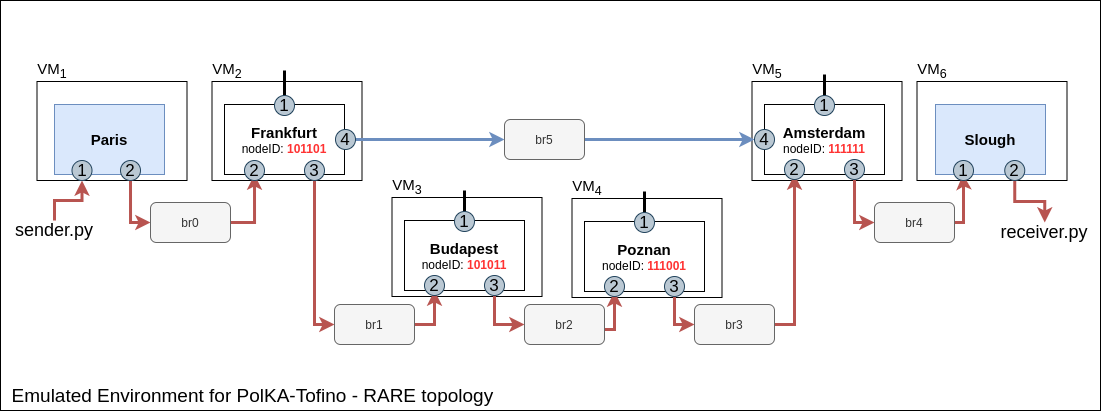
Above: fig/topology.png in hassepedro/polka-tofino (draw.io), before the change. Source tidied: cells renumbered, new cells last; positions are measured from the earlier drawing's top-left corner, leaving out a move shared by most shapes. Its diagram source:
```xml
<mxGraphModel>
  <root>
    <mxCell id="0" />
    <mxCell id="1" parent="0" />
    <mxCell id="2" style="rounded=0;whiteSpace=wrap;html=1;" parent="1" vertex="1">
      <mxGeometry width="1100" height="410" as="geometry" />
    </mxCell>
    <mxCell id="3" style="rounded=0;whiteSpace=wrap;html=1;" parent="1" vertex="1">
      <mxGeometry x="916.5" y="81" width="150" height="99" as="geometry" />
    </mxCell>
    <mxCell id="4" value="&lt;font style=&quot;font-size: 15px&quot;&gt;VM&lt;sub&gt;6&lt;/sub&gt;&lt;/font&gt;" style="text;html=1;strokeColor=none;fillColor=none;align=center;verticalAlign=middle;whiteSpace=wrap;rounded=0;" parent="1" vertex="1">
      <mxGeometry x="911.5" y="60" width="40" height="20" as="geometry" />
    </mxCell>
    <mxCell id="5" style="rounded=0;whiteSpace=wrap;html=1;" parent="1" vertex="1">
      <mxGeometry x="36.5" y="81" width="150" height="99" as="geometry" />
    </mxCell>
    <mxCell id="6" value="&lt;font style=&quot;font-size: 15px&quot;&gt;VM&lt;sub&gt;1&lt;/sub&gt;&lt;/font&gt;" style="text;html=1;strokeColor=none;fillColor=none;align=center;verticalAlign=middle;whiteSpace=wrap;rounded=0;" parent="1" vertex="1">
      <mxGeometry x="31.5" y="60" width="40" height="20" as="geometry" />
    </mxCell>
    <mxCell id="7" style="rounded=0;whiteSpace=wrap;html=1;" parent="1" vertex="1">
      <mxGeometry x="571.5" y="198" width="150" height="99" as="geometry" />
    </mxCell>
    <mxCell id="8" value="&lt;font style=&quot;font-size: 15px&quot;&gt;VM&lt;sub&gt;4&lt;/sub&gt;&lt;/font&gt;" style="text;html=1;strokeColor=none;fillColor=none;align=center;verticalAlign=middle;whiteSpace=wrap;rounded=0;" parent="1" vertex="1">
      <mxGeometry x="566.5" y="177" width="40" height="20" as="geometry" />
    </mxCell>
    <mxCell id="9" style="rounded=0;whiteSpace=wrap;html=1;" parent="1" vertex="1">
      <mxGeometry x="751.5" y="81" width="150" height="99" as="geometry" />
    </mxCell>
    <mxCell id="10" value="&lt;font style=&quot;font-size: 15px&quot;&gt;VM&lt;sub&gt;5&lt;/sub&gt;&lt;/font&gt;" style="text;html=1;strokeColor=none;fillColor=none;align=center;verticalAlign=middle;whiteSpace=wrap;rounded=0;" parent="1" vertex="1">
      <mxGeometry x="746.5" y="60" width="40" height="20" as="geometry" />
    </mxCell>
    <mxCell id="11" style="rounded=0;whiteSpace=wrap;html=1;" parent="1" vertex="1">
      <mxGeometry x="391.5" y="197" width="150" height="99" as="geometry" />
    </mxCell>
    <mxCell id="12" value="&lt;font style=&quot;font-size: 15px&quot;&gt;VM&lt;sub&gt;3&lt;/sub&gt;&lt;/font&gt;" style="text;html=1;strokeColor=none;fillColor=none;align=center;verticalAlign=middle;whiteSpace=wrap;rounded=0;" parent="1" vertex="1">
      <mxGeometry x="386.5" y="176" width="40" height="20" as="geometry" />
    </mxCell>
    <mxCell id="13" style="rounded=0;whiteSpace=wrap;html=1;" parent="1" vertex="1">
      <mxGeometry x="211.5" y="81" width="150" height="99" as="geometry" />
    </mxCell>
    <mxCell id="14" style="edgeStyle=orthogonalEdgeStyle;rounded=0;jettySize=auto;html=1;exitX=0.75;exitY=1;exitDx=0;exitDy=0;entryX=0;entryY=0.5;entryDx=0;entryDy=0;endArrow=classic;endFill=1;strokeWidth=3;fillColor=#f8cecc;strokeColor=#b85450;" parent="1" edge="1" source="15" target="25">
      <mxGeometry relative="1" as="geometry" />
    </mxCell>
    <mxCell id="15" value="&lt;b&gt;&lt;font style=&quot;font-size: 15px&quot;&gt;Frankfurt&lt;/font&gt;&lt;/b&gt;&lt;br&gt;nodeID:&amp;nbsp;&lt;font color=&quot;#ff3333&quot;&gt;&lt;b&gt;101101&lt;/b&gt;&lt;/font&gt;" style="rounded=0;whiteSpace=wrap;html=1;" parent="1" vertex="1">
      <mxGeometry x="224" y="104" width="120" height="70" as="geometry" />
    </mxCell>
    <mxCell id="16" style="edgeStyle=orthogonalEdgeStyle;rounded=0;jettySize=auto;html=1;exitX=0.75;exitY=1;exitDx=0;exitDy=0;entryX=0;entryY=0.5;entryDx=0;entryDy=0;endArrow=classic;endFill=1;strokeWidth=3;fillColor=#f8cecc;strokeColor=#b85450;" parent="1" edge="1" source="17" target="31">
      <mxGeometry relative="1" as="geometry" />
    </mxCell>
    <mxCell id="17" value="&lt;font style=&quot;font-size: 15px&quot;&gt;&lt;b&gt;Budapest&lt;/b&gt;&lt;br&gt;&lt;/font&gt;nodeID:&amp;nbsp;&lt;font color=&quot;#ff3333&quot;&gt;&lt;b&gt;101011&lt;/b&gt;&lt;/font&gt;" style="rounded=0;whiteSpace=wrap;html=1;" parent="1" vertex="1">
      <mxGeometry x="404" y="220" width="120" height="70" as="geometry" />
    </mxCell>
    <mxCell id="18" style="edgeStyle=orthogonalEdgeStyle;rounded=0;jettySize=auto;html=1;exitX=0.75;exitY=1;exitDx=0;exitDy=0;entryX=0;entryY=0.5;entryDx=0;entryDy=0;endArrow=classic;endFill=1;strokeWidth=3;fillColor=#f8cecc;strokeColor=#b85450;" parent="1" edge="1" source="19" target="33">
      <mxGeometry relative="1" as="geometry">
        <Array as="points">
          <mxPoint x="674" y="324" />
        </Array>
      </mxGeometry>
    </mxCell>
    <mxCell id="19" value="&lt;font style=&quot;font-size: 15px&quot;&gt;&lt;b&gt;Poznan&lt;/b&gt;&lt;br&gt;&lt;/font&gt;nodeID: &lt;font color=&quot;#ff3333&quot;&gt;&lt;b&gt;111001&lt;/b&gt;&lt;/font&gt;" style="rounded=0;whiteSpace=wrap;html=1;" parent="1" vertex="1">
      <mxGeometry x="584" y="221" width="120" height="70" as="geometry" />
    </mxCell>
    <mxCell id="20" value="&lt;b&gt;&lt;font style=&quot;font-size: 15px&quot;&gt;Amsterdam&lt;/font&gt;&lt;/b&gt;&lt;br&gt;nodeID: &lt;font color=&quot;#ff3333&quot;&gt;&lt;b&gt;111111&lt;/b&gt;&lt;/font&gt;" style="rounded=0;whiteSpace=wrap;html=1;" parent="1" vertex="1">
      <mxGeometry x="764" y="104" width="120" height="70" as="geometry" />
    </mxCell>
    <mxCell id="21" style="edgeStyle=orthogonalEdgeStyle;rounded=0;jettySize=auto;html=1;exitX=0.5;exitY=1;exitDx=0;exitDy=0;entryX=0;entryY=0.5;entryDx=0;entryDy=0;endArrow=classic;endFill=1;strokeWidth=3;fillColor=#f8cecc;strokeColor=#b85450;" parent="1" edge="1" source="62" target="47">
      <mxGeometry relative="1" as="geometry" />
    </mxCell>
    <mxCell id="22" value="&lt;b&gt;&lt;font style=&quot;font-size: 15px&quot;&gt;Paris&lt;/font&gt;&lt;/b&gt;" style="rounded=0;whiteSpace=wrap;html=1;fillColor=#dae8fc;strokeColor=#6c8ebf;" parent="1" vertex="1">
      <mxGeometry x="54" y="104" width="110" height="70" as="geometry" />
    </mxCell>
    <mxCell id="23" value="&lt;b&gt;&lt;font style=&quot;font-size: 15px&quot;&gt;Slough&lt;/font&gt;&lt;/b&gt;" style="rounded=0;whiteSpace=wrap;html=1;fillColor=#dae8fc;strokeColor=#6c8ebf;" parent="1" vertex="1">
      <mxGeometry x="935" y="104" width="110" height="70" as="geometry" />
    </mxCell>
    <mxCell id="24" style="edgeStyle=orthogonalEdgeStyle;rounded=0;jettySize=auto;html=1;exitX=1;exitY=0.5;exitDx=0;exitDy=0;entryX=0.25;entryY=1;entryDx=0;entryDy=0;endArrow=classic;endFill=1;strokeWidth=3;fillColor=#f8cecc;strokeColor=#b85450;" parent="1" edge="1" source="25" target="17">
      <mxGeometry relative="1" as="geometry">
        <Array as="points">
          <mxPoint x="434" y="324" />
        </Array>
      </mxGeometry>
    </mxCell>
    <mxCell id="25" value="br1" style="rounded=1;whiteSpace=wrap;html=1;fillColor=#f5f5f5;strokeColor=#666666;fontColor=#333333;" parent="1" vertex="1">
      <mxGeometry x="334" y="304" width="80" height="40" as="geometry" />
    </mxCell>
    <mxCell id="26" style="endArrow=none;html=1;exitX=0.5;exitY=0;exitDx=0;exitDy=0;strokeWidth=3;" parent="1" edge="1" source="15">
      <mxGeometry relative="1" as="geometry">
        <mxPoint x="284" y="70" as="targetPoint" />
      </mxGeometry>
    </mxCell>
    <mxCell id="27" style="endArrow=none;html=1;exitX=0.5;exitY=0;exitDx=0;exitDy=0;strokeWidth=3;" parent="1" edge="1" source="17">
      <mxGeometry relative="1" as="geometry">
        <mxPoint x="464" y="190" as="targetPoint" />
      </mxGeometry>
    </mxCell>
    <mxCell id="28" style="endArrow=none;html=1;exitX=0.5;exitY=0;exitDx=0;exitDy=0;strokeWidth=3;" parent="1" edge="1" source="19">
      <mxGeometry relative="1" as="geometry">
        <mxPoint x="644" y="191" as="targetPoint" />
      </mxGeometry>
    </mxCell>
    <mxCell id="29" style="endArrow=none;html=1;exitX=0.5;exitY=0;exitDx=0;exitDy=0;strokeWidth=3;" parent="1" edge="1" source="20">
      <mxGeometry relative="1" as="geometry">
        <mxPoint x="824" y="74" as="targetPoint" />
      </mxGeometry>
    </mxCell>
    <mxCell id="30" style="edgeStyle=orthogonalEdgeStyle;rounded=0;jettySize=auto;html=1;exitX=1;exitY=0.5;exitDx=0;exitDy=0;entryX=0.25;entryY=1;entryDx=0;entryDy=0;endArrow=classic;endFill=1;strokeWidth=3;fillColor=#f8cecc;strokeColor=#b85450;" parent="1" edge="1" target="19">
      <mxGeometry relative="1" as="geometry">
        <mxPoint x="604" y="329" as="sourcePoint" />
      </mxGeometry>
    </mxCell>
    <mxCell id="31" value="br2" style="rounded=1;whiteSpace=wrap;html=1;fillColor=#f5f5f5;strokeColor=#666666;fontColor=#333333;" parent="1" vertex="1">
      <mxGeometry x="524" y="304" width="80" height="40" as="geometry" />
    </mxCell>
    <mxCell id="32" style="edgeStyle=orthogonalEdgeStyle;rounded=0;jettySize=auto;html=1;exitX=1;exitY=0.5;exitDx=0;exitDy=0;entryX=0.25;entryY=1;entryDx=0;entryDy=0;endArrow=classic;endFill=1;strokeWidth=3;fillColor=#f8cecc;strokeColor=#b85450;" parent="1" edge="1" source="33" target="20">
      <mxGeometry relative="1" as="geometry" />
    </mxCell>
    <mxCell id="33" value="br3" style="rounded=1;whiteSpace=wrap;html=1;fillColor=#f5f5f5;strokeColor=#666666;fontColor=#333333;" parent="1" vertex="1">
      <mxGeometry x="694" y="304" width="80" height="40" as="geometry" />
    </mxCell>
    <mxCell id="34" value="&lt;font style=&quot;font-size: 17px&quot;&gt;1&lt;/font&gt;" style="ellipse;whiteSpace=wrap;html=1;fillColor=#bac8d3;strokeColor=#23445d;" parent="1" vertex="1">
      <mxGeometry x="274" y="95" width="20" height="20" as="geometry" />
    </mxCell>
    <mxCell id="35" value="&lt;font style=&quot;font-size: 17px&quot;&gt;3&lt;/font&gt;" style="ellipse;whiteSpace=wrap;html=1;fillColor=#bac8d3;strokeColor=#23445d;" parent="1" vertex="1">
      <mxGeometry x="304" y="160" width="20" height="20" as="geometry" />
    </mxCell>
    <mxCell id="36" value="&lt;font style=&quot;font-size: 17px&quot;&gt;1&lt;/font&gt;" style="ellipse;whiteSpace=wrap;html=1;fillColor=#bac8d3;strokeColor=#23445d;" parent="1" vertex="1">
      <mxGeometry x="454" y="211" width="20" height="20" as="geometry" />
    </mxCell>
    <mxCell id="37" value="&lt;font style=&quot;font-size: 17px&quot;&gt;2&lt;/font&gt;" style="ellipse;whiteSpace=wrap;html=1;fillColor=#bac8d3;strokeColor=#23445d;" parent="1" vertex="1">
      <mxGeometry x="424" y="275" width="20" height="20" as="geometry" />
    </mxCell>
    <mxCell id="38" value="&lt;font style=&quot;font-size: 17px&quot;&gt;3&lt;/font&gt;" style="ellipse;whiteSpace=wrap;html=1;fillColor=#bac8d3;strokeColor=#23445d;" parent="1" vertex="1">
      <mxGeometry x="484" y="275" width="20" height="20" as="geometry" />
    </mxCell>
    <mxCell id="39" value="&lt;font style=&quot;font-size: 17px&quot;&gt;1&lt;/font&gt;" style="ellipse;whiteSpace=wrap;html=1;fillColor=#bac8d3;strokeColor=#23445d;" parent="1" vertex="1">
      <mxGeometry x="634" y="212" width="20" height="20" as="geometry" />
    </mxCell>
    <mxCell id="40" value="&lt;font style=&quot;font-size: 17px&quot;&gt;2&lt;/font&gt;" style="ellipse;whiteSpace=wrap;html=1;fillColor=#bac8d3;strokeColor=#23445d;" parent="1" vertex="1">
      <mxGeometry x="604" y="276" width="20" height="20" as="geometry" />
    </mxCell>
    <mxCell id="41" value="&lt;font style=&quot;font-size: 17px&quot;&gt;3&lt;/font&gt;" style="ellipse;whiteSpace=wrap;html=1;fillColor=#bac8d3;strokeColor=#23445d;" parent="1" vertex="1">
      <mxGeometry x="664" y="276" width="20" height="20" as="geometry" />
    </mxCell>
    <mxCell id="42" value="&lt;font style=&quot;font-size: 17px&quot;&gt;1&lt;/font&gt;" style="ellipse;whiteSpace=wrap;html=1;fillColor=#bac8d3;strokeColor=#23445d;" parent="1" vertex="1">
      <mxGeometry x="814" y="95" width="20" height="20" as="geometry" />
    </mxCell>
    <mxCell id="43" value="&lt;font style=&quot;font-size: 17px&quot;&gt;2&lt;/font&gt;" style="ellipse;whiteSpace=wrap;html=1;fillColor=#bac8d3;strokeColor=#23445d;" parent="1" vertex="1">
      <mxGeometry x="784" y="159" width="20" height="20" as="geometry" />
    </mxCell>
    <mxCell id="44" style="edgeStyle=orthogonalEdgeStyle;rounded=0;jettySize=auto;html=1;exitX=0.5;exitY=1;exitDx=0;exitDy=0;entryX=0;entryY=0.5;entryDx=0;entryDy=0;endArrow=classic;endFill=1;strokeWidth=3;fillColor=#f8cecc;strokeColor=#b85450;" parent="1" edge="1" source="45" target="50">
      <mxGeometry relative="1" as="geometry" />
    </mxCell>
    <mxCell id="45" value="&lt;font style=&quot;font-size: 17px&quot;&gt;3&lt;/font&gt;" style="ellipse;whiteSpace=wrap;html=1;fillColor=#bac8d3;strokeColor=#23445d;" parent="1" vertex="1">
      <mxGeometry x="844" y="159" width="20" height="20" as="geometry" />
    </mxCell>
    <mxCell id="46" style="edgeStyle=orthogonalEdgeStyle;rounded=0;jettySize=auto;html=1;exitX=1;exitY=0.5;exitDx=0;exitDy=0;entryX=0.5;entryY=0.7;entryDx=0;entryDy=0;entryPerimeter=0;endArrow=classic;endFill=1;strokeWidth=3;fillColor=#f8cecc;strokeColor=#b85450;" parent="1" edge="1" source="47" target="48">
      <mxGeometry relative="1" as="geometry" />
    </mxCell>
    <mxCell id="47" value="br0" style="rounded=1;whiteSpace=wrap;html=1;fillColor=#f5f5f5;strokeColor=#666666;fontColor=#333333;" parent="1" vertex="1">
      <mxGeometry x="150" y="202" width="80" height="40" as="geometry" />
    </mxCell>
    <mxCell id="48" value="&lt;font style=&quot;font-size: 17px&quot;&gt;2&lt;/font&gt;" style="ellipse;whiteSpace=wrap;html=1;fillColor=#bac8d3;strokeColor=#23445d;" parent="1" vertex="1">
      <mxGeometry x="244" y="160" width="20" height="20" as="geometry" />
    </mxCell>
    <mxCell id="49" style="edgeStyle=orthogonalEdgeStyle;rounded=0;jettySize=auto;html=1;exitX=1;exitY=0.5;exitDx=0;exitDy=0;entryX=0.25;entryY=1;entryDx=0;entryDy=0;endArrow=classic;endFill=1;strokeWidth=3;fillColor=#f8cecc;strokeColor=#b85450;" parent="1" edge="1" source="50" target="23">
      <mxGeometry relative="1" as="geometry">
        <Array as="points">
          <mxPoint x="963" y="222" />
          <mxPoint x="963" y="182" />
        </Array>
      </mxGeometry>
    </mxCell>
    <mxCell id="50" value="br4" style="rounded=1;whiteSpace=wrap;html=1;fillColor=#f5f5f5;strokeColor=#666666;fontColor=#333333;" parent="1" vertex="1">
      <mxGeometry x="874" y="202" width="80" height="40" as="geometry" />
    </mxCell>
    <mxCell id="51" style="edgeStyle=orthogonalEdgeStyle;rounded=0;jettySize=auto;html=1;exitX=0.5;exitY=0;exitDx=0;exitDy=0;entryX=0.5;entryY=1;entryDx=0;entryDy=0;endArrow=classic;endFill=1;strokeWidth=3;fillColor=#f8cecc;strokeColor=#b85450;" parent="1" edge="1" source="52" target="56">
      <mxGeometry relative="1" as="geometry" />
    </mxCell>
    <mxCell id="52" value="&lt;font style=&quot;font-size: 18px&quot;&gt;sender.py&lt;/font&gt;" style="text;html=1;strokeColor=none;fillColor=none;align=center;verticalAlign=middle;whiteSpace=wrap;rounded=0;" parent="1" vertex="1">
      <mxGeometry x="34" y="220" width="40" height="20" as="geometry" />
    </mxCell>
    <mxCell id="53" value="&lt;font style=&quot;font-size: 18px&quot;&gt;receiver.py&lt;/font&gt;" style="text;html=1;strokeColor=none;fillColor=none;align=center;verticalAlign=middle;whiteSpace=wrap;rounded=0;" parent="1" vertex="1">
      <mxGeometry x="1024.2" y="222" width="40" height="20" as="geometry" />
    </mxCell>
    <mxCell id="54" value="&lt;font style=&quot;font-size: 19px&quot;&gt;Emulated Environment for PolKA-Tofino - RARE topology&amp;nbsp;&lt;/font&gt;" style="text;html=1;strokeColor=none;fillColor=none;align=center;verticalAlign=middle;whiteSpace=wrap;rounded=0;" parent="1" vertex="1">
      <mxGeometry y="380" width="510" height="30" as="geometry" />
    </mxCell>
    <mxCell id="55" value="&lt;font style=&quot;font-size: 15px&quot;&gt;VM&lt;sub&gt;2&lt;/sub&gt;&lt;/font&gt;" style="text;html=1;strokeColor=none;fillColor=none;align=center;verticalAlign=middle;whiteSpace=wrap;rounded=0;" parent="1" vertex="1">
      <mxGeometry x="206.5" y="60" width="40" height="20" as="geometry" />
    </mxCell>
    <mxCell id="56" value="&lt;font style=&quot;font-size: 17px&quot;&gt;1&lt;/font&gt;" style="ellipse;whiteSpace=wrap;html=1;fillColor=#bac8d3;strokeColor=#23445d;" parent="1" vertex="1">
      <mxGeometry x="71.5" y="160" width="20" height="20" as="geometry" />
    </mxCell>
    <mxCell id="57" style="edgeStyle=orthogonalEdgeStyle;rounded=0;jettySize=auto;html=1;exitX=1;exitY=0.5;exitDx=0;exitDy=0;entryX=0;entryY=0.5;entryDx=0;entryDy=0;endArrow=classic;endFill=1;strokeWidth=3;fillColor=#dae8fc;strokeColor=#6c8ebf;" parent="1" edge="1" source="58" target="61">
      <mxGeometry relative="1" as="geometry" />
    </mxCell>
    <mxCell id="58" value="br5" style="rounded=1;whiteSpace=wrap;html=1;fillColor=#f5f5f5;strokeColor=#666666;fontColor=#333333;" parent="1" vertex="1">
      <mxGeometry x="504" y="119" width="80" height="40" as="geometry" />
    </mxCell>
    <mxCell id="59" style="edgeStyle=orthogonalEdgeStyle;rounded=0;jettySize=auto;html=1;exitX=1;exitY=0.5;exitDx=0;exitDy=0;entryX=0;entryY=0.5;entryDx=0;entryDy=0;endArrow=classic;endFill=1;strokeWidth=3;fillColor=#dae8fc;strokeColor=#6c8ebf;" parent="1" edge="1" source="60" target="58">
      <mxGeometry relative="1" as="geometry" />
    </mxCell>
    <mxCell id="60" value="&lt;font style=&quot;font-size: 17px&quot;&gt;4&lt;/font&gt;" style="ellipse;whiteSpace=wrap;html=1;fillColor=#bac8d3;strokeColor=#23445d;" parent="1" vertex="1">
      <mxGeometry x="335" y="129" width="20" height="20" as="geometry" />
    </mxCell>
    <mxCell id="61" value="&lt;font style=&quot;font-size: 17px&quot;&gt;4&lt;/font&gt;" style="ellipse;whiteSpace=wrap;html=1;fillColor=#bac8d3;strokeColor=#23445d;" parent="1" vertex="1">
      <mxGeometry x="754" y="129" width="20" height="20" as="geometry" />
    </mxCell>
    <mxCell id="62" value="&lt;font style=&quot;font-size: 17px&quot;&gt;2&lt;/font&gt;" style="ellipse;whiteSpace=wrap;html=1;fillColor=#bac8d3;strokeColor=#23445d;" parent="1" vertex="1">
      <mxGeometry x="120" y="160" width="20" height="20" as="geometry" />
    </mxCell>
    <mxCell id="63" value="&lt;font style=&quot;font-size: 17px&quot;&gt;1&lt;/font&gt;" style="ellipse;whiteSpace=wrap;html=1;fillColor=#bac8d3;strokeColor=#23445d;" parent="1" vertex="1">
      <mxGeometry x="953" y="160" width="20" height="20" as="geometry" />
    </mxCell>
    <mxCell id="64" style="edgeStyle=orthogonalEdgeStyle;rounded=0;jettySize=auto;html=1;exitX=0.5;exitY=1;exitDx=0;exitDy=0;entryX=0.5;entryY=0;entryDx=0;entryDy=0;endArrow=classic;endFill=1;strokeWidth=3;fillColor=#f8cecc;strokeColor=#b85450;" parent="1" edge="1" source="65" target="53">
      <mxGeometry relative="1" as="geometry" />
    </mxCell>
    <mxCell id="65" value="&lt;font style=&quot;font-size: 17px&quot;&gt;2&lt;/font&gt;" style="ellipse;whiteSpace=wrap;html=1;fillColor=#bac8d3;strokeColor=#23445d;" parent="1" vertex="1">
      <mxGeometry x="1004.2" y="160" width="20" height="20" as="geometry" />
    </mxCell>
  </root>
</mxGraphModel>
```
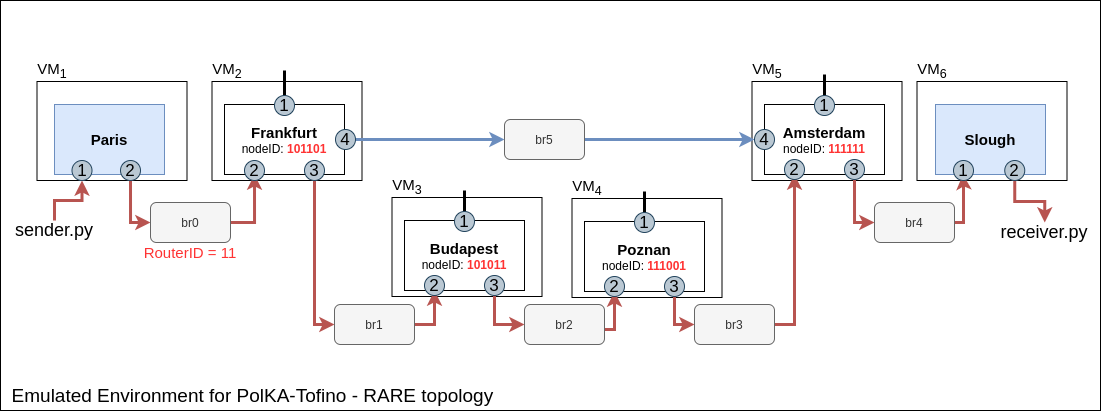
After the change.

Commit message:
modify topology created by the Vagrantfile

What changed in the source:
```diff
@@ -217,5 +217,8 @@
     <mxCell id="65" value="&lt;font style=&quot;font-size: 17px&quot;&gt;2&lt;/font&gt;" style="ellipse;whiteSpace=wrap;html=1;fillColor=#bac8d3;strokeColor=#23445d;" parent="1" vertex="1">
       <mxGeometry x="1004.2" y="160" width="20" height="20" as="geometry" />
     </mxCell>
+    <mxCell id="66" value="&lt;font color=&quot;#ff3333&quot; style=&quot;font-size: 15px&quot;&gt;RouterID = 11&lt;/font&gt;" style="text;html=1;strokeColor=none;fillColor=none;align=center;verticalAlign=middle;whiteSpace=wrap;rounded=0;" parent="1" vertex="1">
+      <mxGeometry x="140" y="242" width="100" height="20" as="geometry" />
+    </mxCell>
   </root>
 </mxGraphModel>
```
